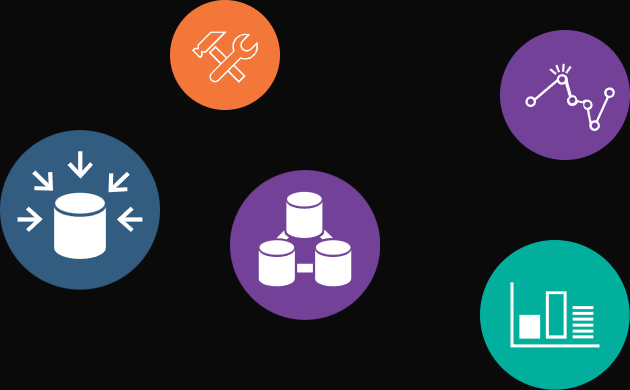
This is BI/Project_BI/Diagrams/BI_DataArch.png from vmbayona/Ares, a draw.io export, as it was before one commit. Source tidied: cells renumbered, new cells last; positions are measured from the earlier drawing's top-left corner, leaving out a move shared by most shapes.
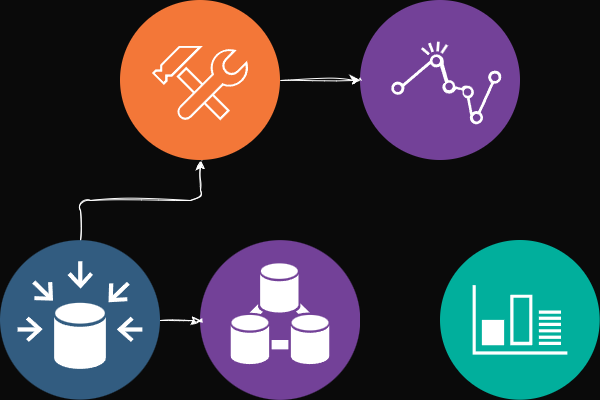
After the change.

Diff of the diagram source:
```diff
@@ -2,20 +2,29 @@
   <root>
     <mxCell id="0" />
     <mxCell id="1" parent="0" />
-    <mxCell id="2" style="image;perimeter=ellipsePerimeter;html=1;align=center;shadow=0;dashed=0;fontColor=#4277BB;labelBackgroundColor=default;fontSize=12;spacingTop=3;image=img/lib/ibm/analytics/data_integration.svg;" parent="1" vertex="1">
-      <mxGeometry x="230" y="170" width="150" height="150" as="geometry" />
+    <mxCell id="2" style="image;perimeter=ellipsePerimeter;html=1;align=center;shadow=0;dashed=0;fontColor=#4277BB;labelBackgroundColor=default;fontSize=12;spacingTop=3;image=img/lib/ibm/analytics/data_integration.svg;sketch=1;curveFitting=1;jiggle=2;rounded=1;" parent="1" vertex="1">
+      <mxGeometry x="210" y="180" width="160" height="160" as="geometry" />
     </mxCell>
-    <mxCell id="3" style="image;perimeter=ellipsePerimeter;html=1;align=center;shadow=0;dashed=0;fontColor=#4277BB;labelBackgroundColor=default;fontSize=12;spacingTop=3;image=img/lib/ibm/analytics/analytics.svg;" parent="1" vertex="1">
-      <mxGeometry x="500" y="30" width="130" height="130" as="geometry" />
+    <mxCell id="3" style="image;perimeter=ellipsePerimeter;html=1;align=center;shadow=0;dashed=0;fontColor=#4277BB;labelBackgroundColor=default;fontSize=12;spacingTop=3;image=img/lib/ibm/analytics/analytics.svg;sketch=1;curveFitting=1;jiggle=2;rounded=1;" parent="1" vertex="1">
+      <mxGeometry x="370" y="-60" width="160" height="160" as="geometry" />
     </mxCell>
+    <mxCell id="7" style="edgeStyle=orthogonalEdgeStyle;rounded=1;sketch=1;hachureGap=4;jiggle=2;curveFitting=1;jettySize=auto;html=1;fontFamily=Architects Daughter;fontSource=https%3A%2F%2Ffonts.googleapis.com%2Fcss%3Ffamily%3DArchitects%2BDaughter;fontSize=16;strokeColor=#FFFFFF;" parent="1" edge="1" source="4" target="2">
+      <mxGeometry relative="1" as="geometry" />
+    </mxCell>
+    <mxCell id="8" style="edgeStyle=orthogonalEdgeStyle;rounded=1;sketch=1;hachureGap=4;jiggle=2;curveFitting=1;jettySize=auto;html=1;fontFamily=Architects Daughter;fontSource=https%3A%2F%2Ffonts.googleapis.com%2Fcss%3Ffamily%3DArchitects%2BDaughter;fontSize=16;strokeColor=#FFFFFF;" parent="1" edge="1" source="4" target="6">
+      <mxGeometry relative="1" as="geometry" />
+    </mxCell>
-    <mxCell id="4" style="image;perimeter=ellipsePerimeter;html=1;align=center;shadow=0;dashed=0;fontColor=#4277BB;labelBackgroundColor=default;fontSize=12;spacingTop=3;image=img/lib/ibm/data/data_sources.svg;" parent="1" vertex="1">
-      <mxGeometry y="130" width="160" height="160" as="geometry" />
+    <mxCell id="4" style="image;perimeter=ellipsePerimeter;html=1;align=center;shadow=0;dashed=0;fontColor=#4277BB;labelBackgroundColor=default;fontSize=12;spacingTop=3;image=img/lib/ibm/data/data_sources.svg;sketch=1;curveFitting=1;jiggle=2;rounded=1;" parent="1" vertex="1">
+      <mxGeometry x="10" y="180" width="160" height="160" as="geometry" />
     </mxCell>
-    <mxCell id="5" style="image;perimeter=ellipsePerimeter;html=1;align=center;shadow=0;dashed=0;fontColor=#4277BB;labelBackgroundColor=default;fontSize=12;spacingTop=3;image=img/lib/ibm/management/monitoring_metrics.svg;" parent="1" vertex="1">
-      <mxGeometry x="480" y="240" width="150" height="150" as="geometry" />
+    <mxCell id="5" style="image;perimeter=ellipsePerimeter;html=1;align=center;shadow=0;dashed=0;fontColor=#4277BB;labelBackgroundColor=default;fontSize=12;spacingTop=3;image=img/lib/ibm/management/monitoring_metrics.svg;sketch=1;curveFitting=1;jiggle=2;rounded=1;" parent="1" vertex="1">
+      <mxGeometry x="450" y="180" width="160" height="160" as="geometry" />
     </mxCell>
+    <mxCell id="9" style="edgeStyle=orthogonalEdgeStyle;rounded=1;sketch=1;hachureGap=4;jiggle=2;curveFitting=1;jettySize=auto;html=1;entryX=0;entryY=0.5;entryDx=0;entryDy=0;fontFamily=Architects Daughter;fontSource=https%3A%2F%2Ffonts.googleapis.com%2Fcss%3Ffamily%3DArchitects%2BDaughter;fontSize=16;strokeColor=#FFFFFF;" parent="1" edge="1" source="6" target="3">
+      <mxGeometry relative="1" as="geometry" />
+    </mxCell>
-    <mxCell id="6" style="image;perimeter=ellipsePerimeter;html=1;align=center;shadow=0;dashed=0;fontColor=#4277BB;labelBackgroundColor=default;fontSize=12;spacingTop=3;image=img/lib/ibm/devops/configuration_management.svg;" parent="1" vertex="1">
-      <mxGeometry x="170" width="110" height="110" as="geometry" />
+    <mxCell id="6" style="image;perimeter=ellipsePerimeter;html=1;align=center;shadow=0;dashed=0;fontColor=#4277BB;labelBackgroundColor=default;fontSize=12;spacingTop=3;image=img/lib/ibm/devops/configuration_management.svg;sketch=1;curveFitting=1;jiggle=2;rounded=1;" parent="1" vertex="1">
+      <mxGeometry x="130" y="-60" width="160" height="160" as="geometry" />
     </mxCell>
   </root>
 </mxGraphModel>
```
